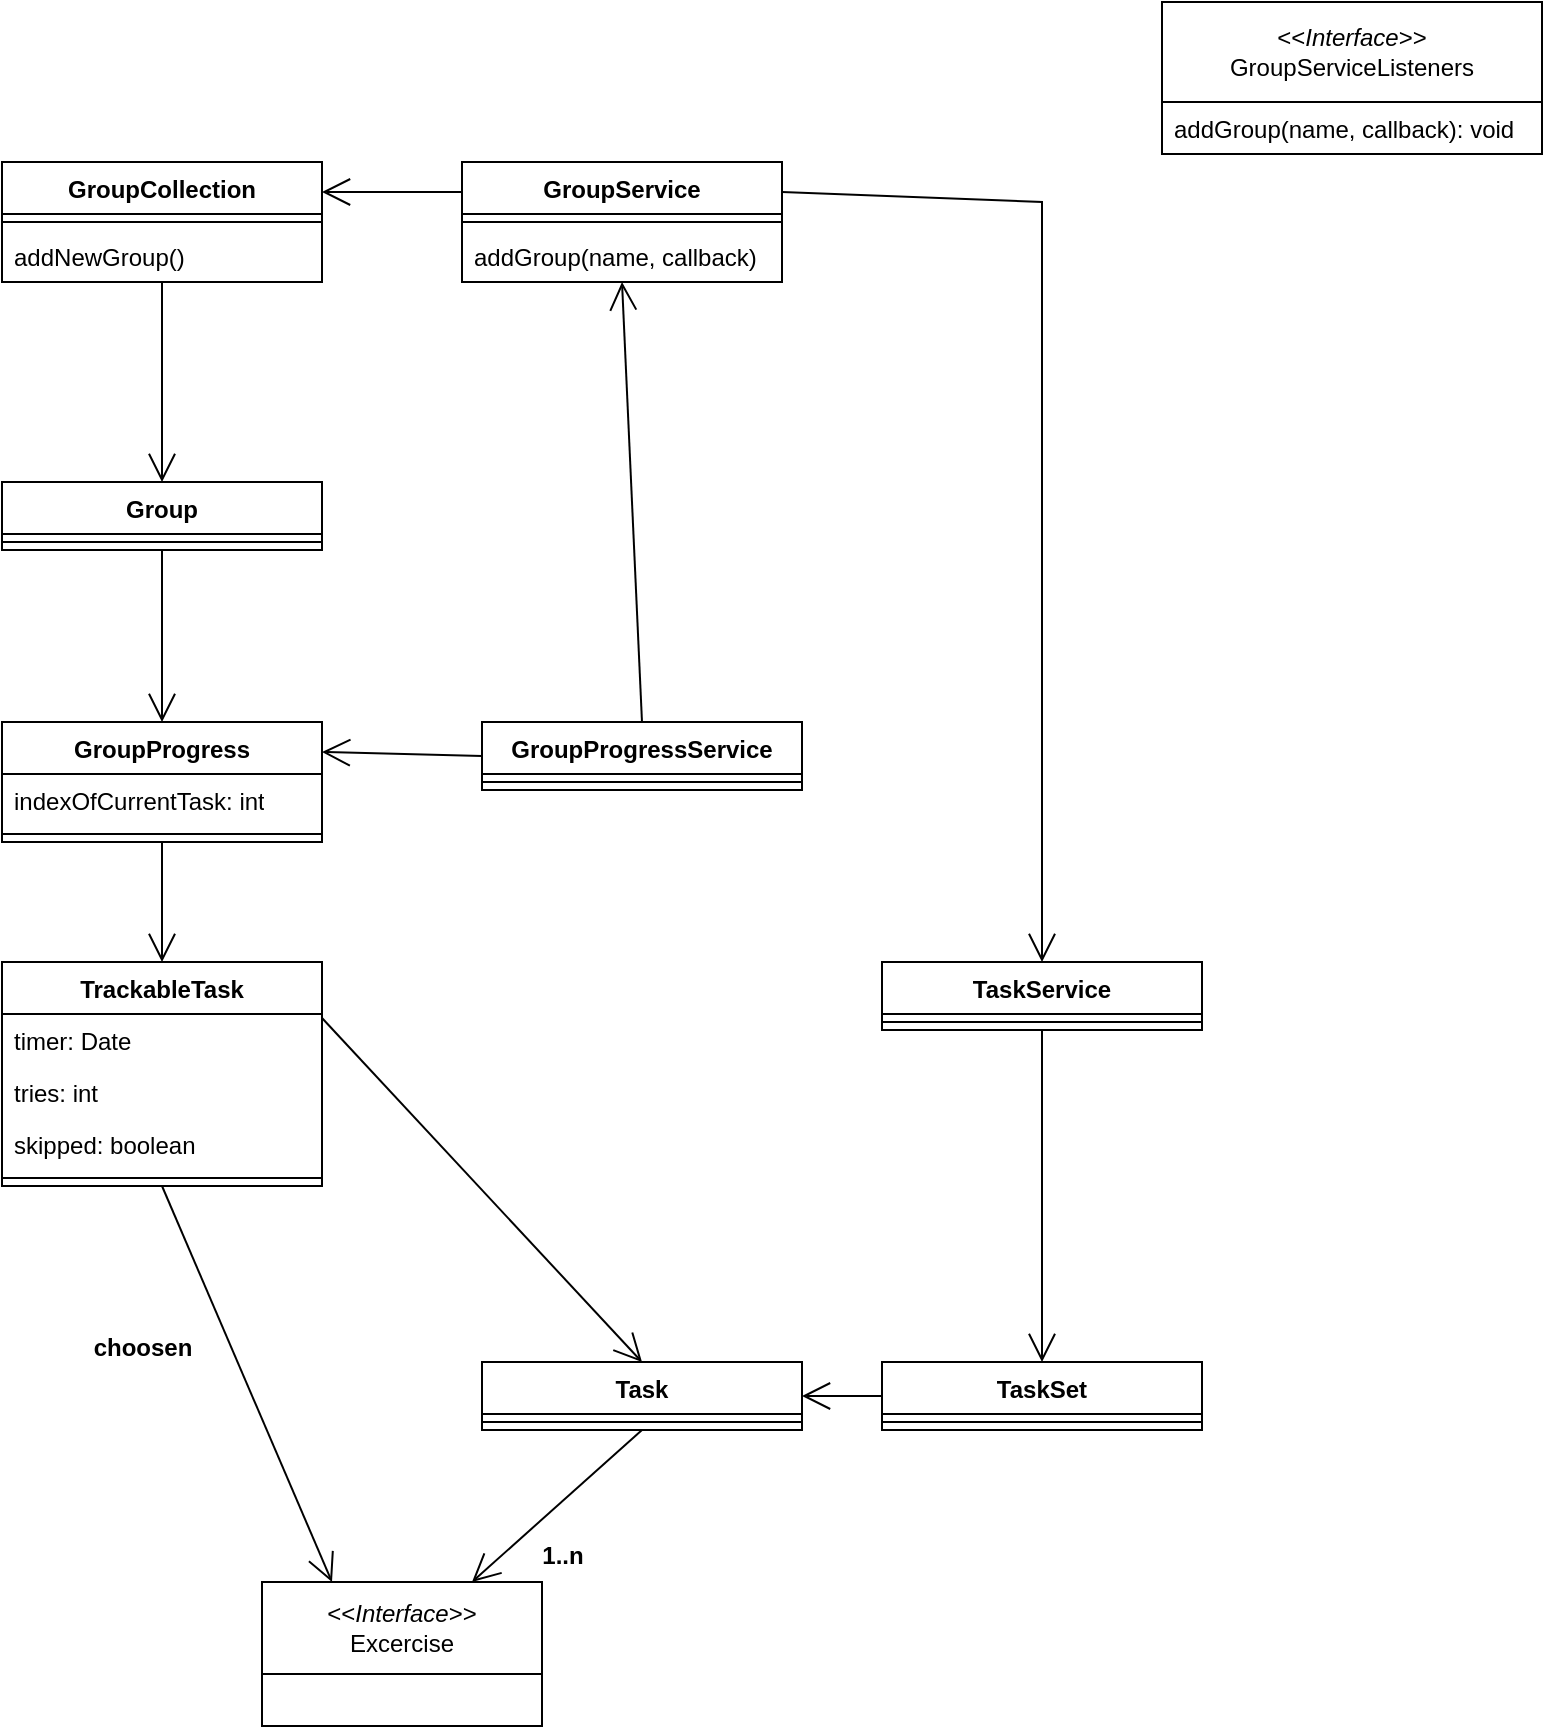
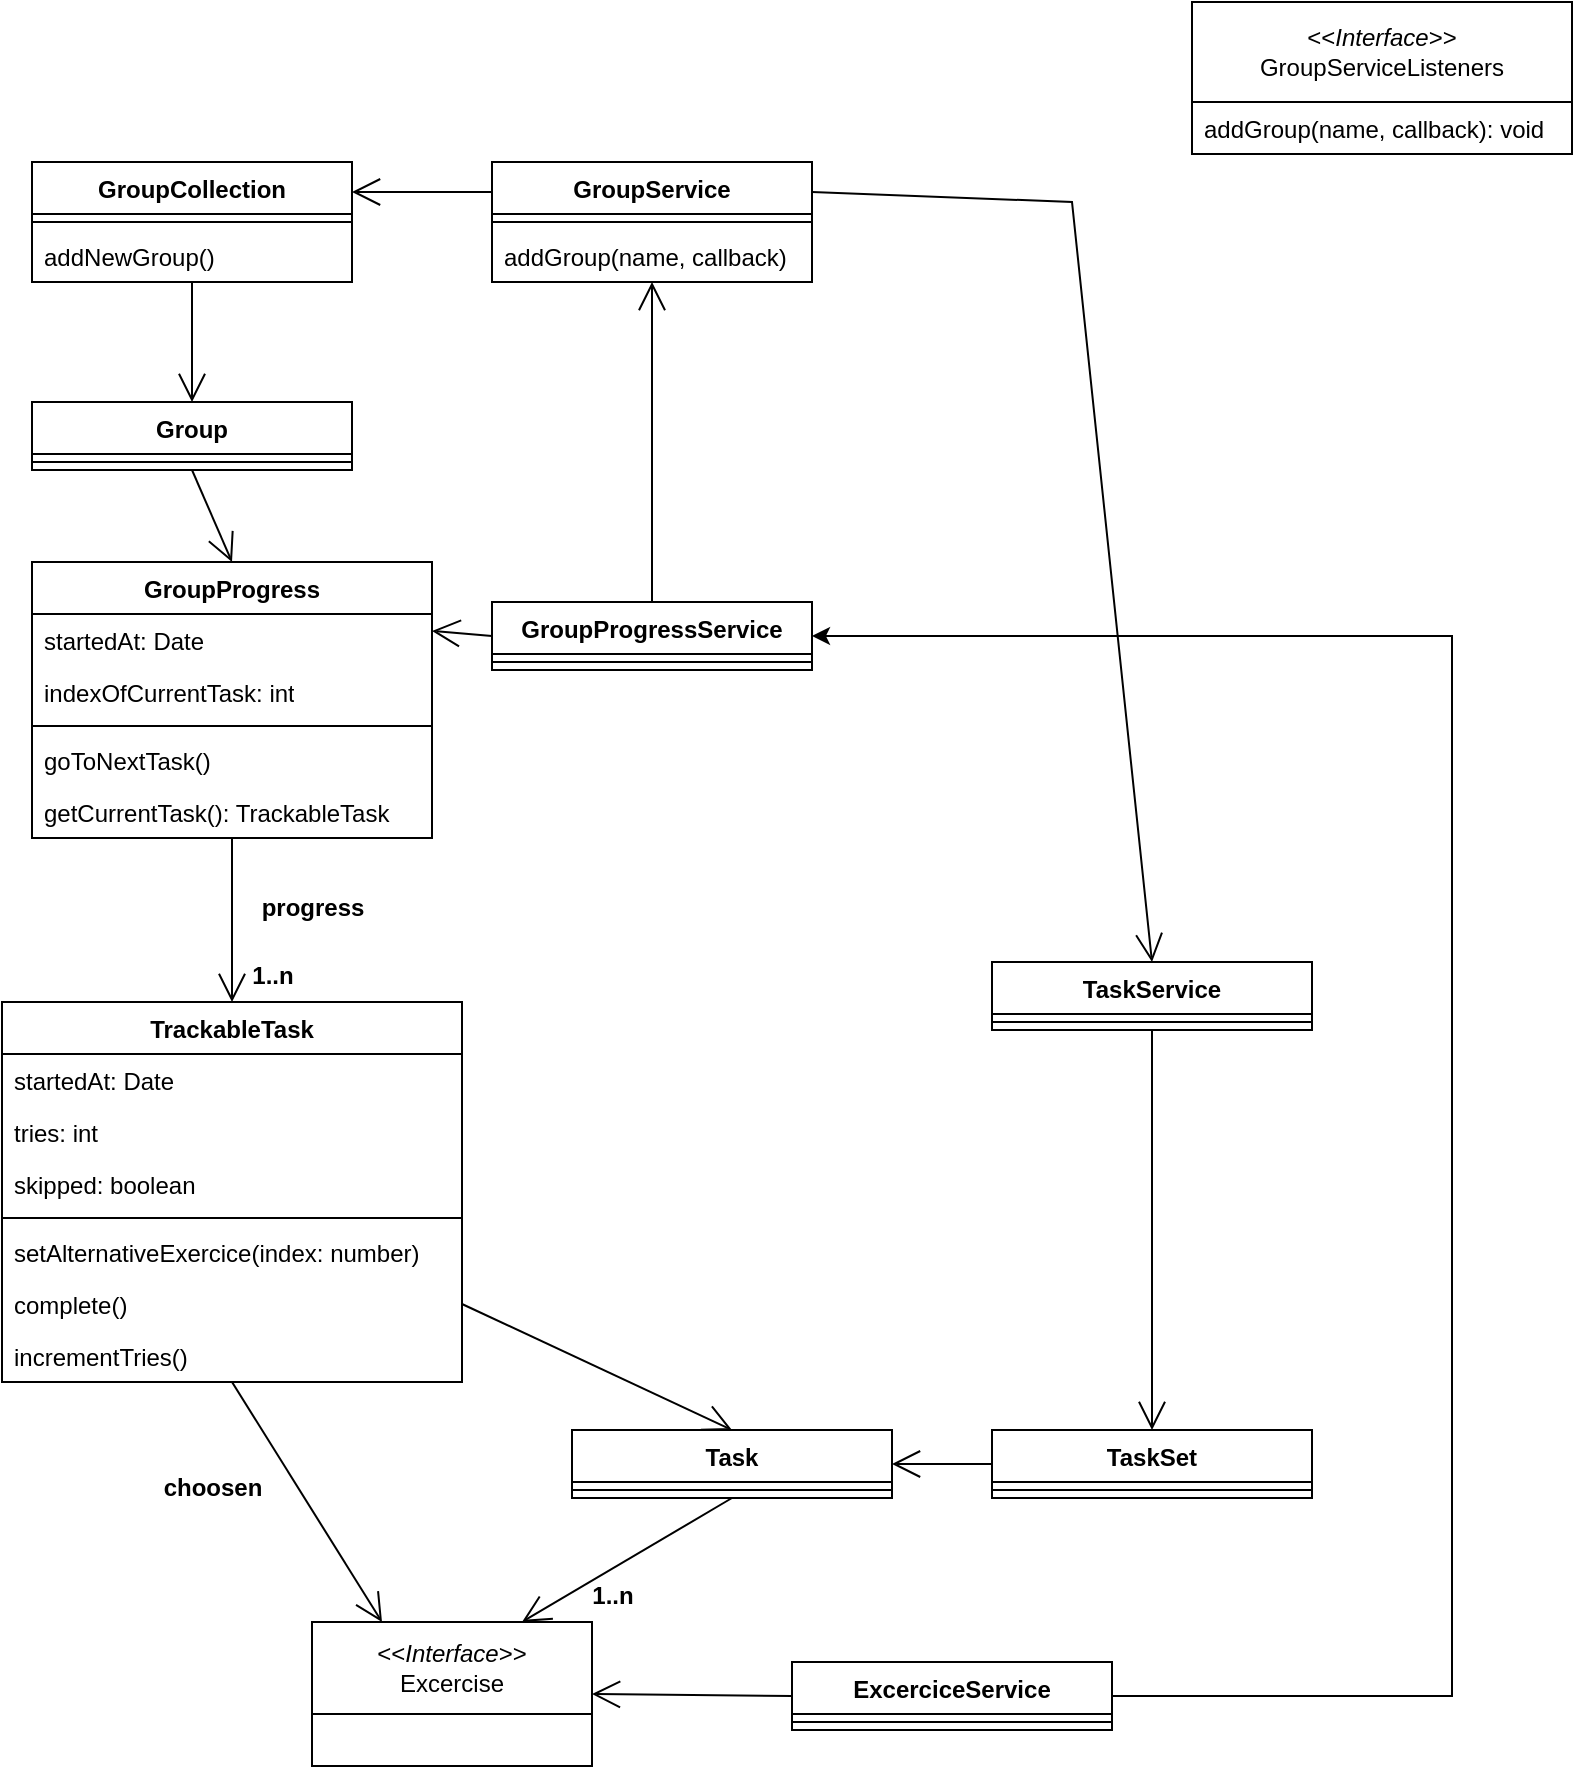
<mxfile host="app.diagrams.net" agent="Mozilla/5.0 (Windows NT 10.0; Win64; x64; rv:133.0) Gecko/20100101 Firefox/133.0" version="25.0.3">
  <diagram id="C5RBs43oDa-KdzZeNtuy" name="Page-1">
-     <mxGraphModel dx="794" dy="462" grid="1" gridSize="10" guides="1" tooltips="1" connect="1" arrows="1" fold="1" page="1" pageScale="1" pageWidth="827" pageHeight="1169" math="0" shadow="0">
+     <mxGraphModel dx="1134" dy="660" grid="1" gridSize="10" guides="1" tooltips="1" connect="1" arrows="1" fold="1" page="1" pageScale="1" pageWidth="827" pageHeight="1169" math="0" shadow="0">
      <root>
        <mxCell id="WIyWlLk6GJQsqaUBKTNV-0" />
        <mxCell id="WIyWlLk6GJQsqaUBKTNV-1" parent="WIyWlLk6GJQsqaUBKTNV-0" />
        <mxCell id="2PPdx7-YqYG3QhNQI_HN-14" value="GroupService" style="swimlane;fontStyle=1;align=center;verticalAlign=top;childLayout=stackLayout;horizontal=1;startSize=26;horizontalStack=0;resizeParent=1;resizeParentMax=0;resizeLast=0;collapsible=1;marginBottom=0;whiteSpace=wrap;html=1;" parent="WIyWlLk6GJQsqaUBKTNV-1" vertex="1">
          <mxGeometry x="270" y="120" width="160" height="60" as="geometry" />
        </mxCell>
        <mxCell id="2PPdx7-YqYG3QhNQI_HN-16" value="" style="line;strokeWidth=1;fillColor=none;align=left;verticalAlign=middle;spacingTop=-1;spacingLeft=3;spacingRight=3;rotatable=0;labelPosition=right;points=[];portConstraint=eastwest;strokeColor=inherit;" parent="2PPdx7-YqYG3QhNQI_HN-14" vertex="1">
          <mxGeometry y="26" width="160" height="8" as="geometry" />
        </mxCell>
        <mxCell id="V3XAilx2oiw2KiiHJ0iP-118" value="addGroup(name, callback)" style="text;strokeColor=none;fillColor=none;align=left;verticalAlign=top;spacingLeft=4;spacingRight=4;overflow=hidden;rotatable=0;points=[[0,0.5],[1,0.5]];portConstraint=eastwest;whiteSpace=wrap;html=1;" parent="2PPdx7-YqYG3QhNQI_HN-14" vertex="1">
          <mxGeometry y="34" width="160" height="26" as="geometry" />
        </mxCell>
        <mxCell id="2PPdx7-YqYG3QhNQI_HN-24" value="&lt;div&gt;&amp;lt;&amp;lt;&lt;i&gt;Interface&lt;/i&gt;&amp;gt;&amp;gt;&lt;br&gt;&lt;/div&gt;&lt;div&gt;GroupServiceListeners&lt;/div&gt;" style="swimlane;fontStyle=0;childLayout=stackLayout;horizontal=1;startSize=50;fillColor=none;horizontalStack=0;resizeParent=1;resizeParentMax=0;resizeLast=0;collapsible=1;marginBottom=0;whiteSpace=wrap;html=1;" parent="WIyWlLk6GJQsqaUBKTNV-1" vertex="1">
          <mxGeometry x="620" y="40" width="190" height="76" as="geometry" />
        </mxCell>
        <mxCell id="2PPdx7-YqYG3QhNQI_HN-28" value="addGroup(name, callback): void" style="text;strokeColor=none;fillColor=none;align=left;verticalAlign=top;spacingLeft=4;spacingRight=4;overflow=hidden;rotatable=0;points=[[0,0.5],[1,0.5]];portConstraint=eastwest;whiteSpace=wrap;html=1;" parent="2PPdx7-YqYG3QhNQI_HN-24" vertex="1">
          <mxGeometry y="50" width="190" height="26" as="geometry" />
        </mxCell>
        <mxCell id="V3XAilx2oiw2KiiHJ0iP-3" value="" style="endArrow=open;endFill=1;endSize=12;html=1;rounded=0;exitX=0.5;exitY=1;exitDx=0;exitDy=0;entryX=0.5;entryY=0;entryDx=0;entryDy=0;" parent="WIyWlLk6GJQsqaUBKTNV-1" source="V3XAilx2oiw2KiiHJ0iP-96" target="V3XAilx2oiw2KiiHJ0iP-91" edge="1">
          <mxGeometry width="160" relative="1" as="geometry">
            <mxPoint x="260" y="170" as="sourcePoint" />
            <mxPoint x="280" y="270" as="targetPoint" />
          </mxGeometry>
        </mxCell>
        <mxCell id="V3XAilx2oiw2KiiHJ0iP-28" value="&lt;div&gt;&amp;lt;&amp;lt;&lt;i&gt;Interface&lt;/i&gt;&amp;gt;&amp;gt;&lt;/div&gt;&lt;div&gt;Excercise&lt;/div&gt;" style="swimlane;fontStyle=0;childLayout=stackLayout;horizontal=1;startSize=46;fillColor=none;horizontalStack=0;resizeParent=1;resizeParentMax=0;resizeLast=0;collapsible=1;marginBottom=0;whiteSpace=wrap;html=1;" parent="WIyWlLk6GJQsqaUBKTNV-1" vertex="1">
-           <mxGeometry x="170" y="830" width="140" height="72" as="geometry" />
+           <mxGeometry x="180" y="850" width="140" height="72" as="geometry" />
        </mxCell>
        <mxCell id="V3XAilx2oiw2KiiHJ0iP-44" value="choosen" style="text;align=center;fontStyle=1;verticalAlign=middle;spacingLeft=3;spacingRight=3;strokeColor=none;rotatable=0;points=[[0,0.5],[1,0.5]];portConstraint=eastwest;html=1;" parent="WIyWlLk6GJQsqaUBKTNV-1" vertex="1">
-           <mxGeometry x="70" y="700" width="80" height="26" as="geometry" />
+           <mxGeometry x="90" y="770" width="80" height="26" as="geometry" />
        </mxCell>
        <mxCell id="V3XAilx2oiw2KiiHJ0iP-63" value="" style="endArrow=open;endFill=1;endSize=12;html=1;rounded=0;entryX=0.5;entryY=0;entryDx=0;entryDy=0;exitX=0.5;exitY=1;exitDx=0;exitDy=0;" parent="WIyWlLk6GJQsqaUBKTNV-1" source="V3XAilx2oiw2KiiHJ0iP-86" target="V3XAilx2oiw2KiiHJ0iP-79" edge="1">
          <mxGeometry width="160" relative="1" as="geometry">
            <mxPoint x="140" y="480" as="sourcePoint" />
            <mxPoint x="120" y="510" as="targetPoint" />
          </mxGeometry>
        </mxCell>
        <mxCell id="V3XAilx2oiw2KiiHJ0iP-65" value="Task" style="swimlane;fontStyle=1;align=center;verticalAlign=top;childLayout=stackLayout;horizontal=1;startSize=26;horizontalStack=0;resizeParent=1;resizeParentMax=0;resizeLast=0;collapsible=1;marginBottom=0;whiteSpace=wrap;html=1;" parent="WIyWlLk6GJQsqaUBKTNV-1" vertex="1">
-           <mxGeometry x="280" y="720" width="160" height="34" as="geometry" />
+           <mxGeometry x="310" y="754" width="160" height="34" as="geometry" />
        </mxCell>
        <mxCell id="V3XAilx2oiw2KiiHJ0iP-67" value="" style="line;strokeWidth=1;fillColor=none;align=left;verticalAlign=middle;spacingTop=-1;spacingLeft=3;spacingRight=3;rotatable=0;labelPosition=right;points=[];portConstraint=eastwest;strokeColor=inherit;" parent="V3XAilx2oiw2KiiHJ0iP-65" vertex="1">
          <mxGeometry y="26" width="160" height="8" as="geometry" />
        </mxCell>
        <mxCell id="V3XAilx2oiw2KiiHJ0iP-72" value="TaskSet" style="swimlane;fontStyle=1;align=center;verticalAlign=top;childLayout=stackLayout;horizontal=1;startSize=26;horizontalStack=0;resizeParent=1;resizeParentMax=0;resizeLast=0;collapsible=1;marginBottom=0;whiteSpace=wrap;html=1;" parent="WIyWlLk6GJQsqaUBKTNV-1" vertex="1">
-           <mxGeometry x="480" y="720" width="160" height="34" as="geometry" />
+           <mxGeometry x="520" y="754" width="160" height="34" as="geometry" />
        </mxCell>
        <mxCell id="V3XAilx2oiw2KiiHJ0iP-74" value="" style="line;strokeWidth=1;fillColor=none;align=left;verticalAlign=middle;spacingTop=-1;spacingLeft=3;spacingRight=3;rotatable=0;labelPosition=right;points=[];portConstraint=eastwest;strokeColor=inherit;" parent="V3XAilx2oiw2KiiHJ0iP-72" vertex="1">
          <mxGeometry y="26" width="160" height="8" as="geometry" />
        </mxCell>
        <mxCell id="V3XAilx2oiw2KiiHJ0iP-79" value="TrackableTask" style="swimlane;fontStyle=1;align=center;verticalAlign=top;childLayout=stackLayout;horizontal=1;startSize=26;horizontalStack=0;resizeParent=1;resizeParentMax=0;resizeLast=0;collapsible=1;marginBottom=0;whiteSpace=wrap;html=1;" parent="WIyWlLk6GJQsqaUBKTNV-1" vertex="1">
-           <mxGeometry x="40" y="520" width="160" height="112" as="geometry" />
-         </mxCell>
-         <mxCell id="V3XAilx2oiw2KiiHJ0iP-83" value="timer: Date" style="text;strokeColor=none;fillColor=none;align=left;verticalAlign=top;spacingLeft=4;spacingRight=4;overflow=hidden;rotatable=0;points=[[0,0.5],[1,0.5]];portConstraint=eastwest;whiteSpace=wrap;html=1;" parent="V3XAilx2oiw2KiiHJ0iP-79" vertex="1">
-           <mxGeometry y="26" width="160" height="26" as="geometry" />
+           <mxGeometry x="25" y="540" width="230" height="190" as="geometry" />
+         </mxCell>
+         <mxCell id="V3XAilx2oiw2KiiHJ0iP-83" value="startedAt: Date" style="text;strokeColor=none;fillColor=none;align=left;verticalAlign=top;spacingLeft=4;spacingRight=4;overflow=hidden;rotatable=0;points=[[0,0.5],[1,0.5]];portConstraint=eastwest;whiteSpace=wrap;html=1;" parent="V3XAilx2oiw2KiiHJ0iP-79" vertex="1">
+           <mxGeometry y="26" width="230" height="26" as="geometry" />
        </mxCell>
        <mxCell id="V3XAilx2oiw2KiiHJ0iP-84" value="tries: int" style="text;strokeColor=none;fillColor=none;align=left;verticalAlign=top;spacingLeft=4;spacingRight=4;overflow=hidden;rotatable=0;points=[[0,0.5],[1,0.5]];portConstraint=eastwest;whiteSpace=wrap;html=1;" parent="V3XAilx2oiw2KiiHJ0iP-79" vertex="1">
-           <mxGeometry y="52" width="160" height="26" as="geometry" />
+           <mxGeometry y="52" width="230" height="26" as="geometry" />
        </mxCell>
        <mxCell id="V3XAilx2oiw2KiiHJ0iP-85" value="&lt;div&gt;skipped: boolean&lt;/div&gt;" style="text;strokeColor=none;fillColor=none;align=left;verticalAlign=top;spacingLeft=4;spacingRight=4;overflow=hidden;rotatable=0;points=[[0,0.5],[1,0.5]];portConstraint=eastwest;whiteSpace=wrap;html=1;" parent="V3XAilx2oiw2KiiHJ0iP-79" vertex="1">
-           <mxGeometry y="78" width="160" height="26" as="geometry" />
+           <mxGeometry y="78" width="230" height="26" as="geometry" />
        </mxCell>
        <mxCell id="V3XAilx2oiw2KiiHJ0iP-81" value="" style="line;strokeWidth=1;fillColor=none;align=left;verticalAlign=middle;spacingTop=-1;spacingLeft=3;spacingRight=3;rotatable=0;labelPosition=right;points=[];portConstraint=eastwest;strokeColor=inherit;" parent="V3XAilx2oiw2KiiHJ0iP-79" vertex="1">
-           <mxGeometry y="104" width="160" height="8" as="geometry" />
+           <mxGeometry y="104" width="230" height="8" as="geometry" />
+         </mxCell>
+         <mxCell id="L8xYm_lEtlE9M0N6Z_c4-0" value="setAlternativeExercice(index: number)" style="text;strokeColor=none;fillColor=none;align=left;verticalAlign=top;spacingLeft=4;spacingRight=4;overflow=hidden;rotatable=0;points=[[0,0.5],[1,0.5]];portConstraint=eastwest;whiteSpace=wrap;html=1;" vertex="1" parent="V3XAilx2oiw2KiiHJ0iP-79">
+           <mxGeometry y="112" width="230" height="26" as="geometry" />
+         </mxCell>
+         <mxCell id="L8xYm_lEtlE9M0N6Z_c4-4" value="complete()" style="text;strokeColor=none;fillColor=none;align=left;verticalAlign=top;spacingLeft=4;spacingRight=4;overflow=hidden;rotatable=0;points=[[0,0.5],[1,0.5]];portConstraint=eastwest;whiteSpace=wrap;html=1;" vertex="1" parent="V3XAilx2oiw2KiiHJ0iP-79">
+           <mxGeometry y="138" width="230" height="26" as="geometry" />
+         </mxCell>
+         <mxCell id="L8xYm_lEtlE9M0N6Z_c4-2" value="incrementTries()" style="text;strokeColor=none;fillColor=none;align=left;verticalAlign=top;spacingLeft=4;spacingRight=4;overflow=hidden;rotatable=0;points=[[0,0.5],[1,0.5]];portConstraint=eastwest;whiteSpace=wrap;html=1;" vertex="1" parent="V3XAilx2oiw2KiiHJ0iP-79">
+           <mxGeometry y="164" width="230" height="26" as="geometry" />
        </mxCell>
        <mxCell id="V3XAilx2oiw2KiiHJ0iP-86" value="GroupProgress" style="swimlane;fontStyle=1;align=center;verticalAlign=top;childLayout=stackLayout;horizontal=1;startSize=26;horizontalStack=0;resizeParent=1;resizeParentMax=0;resizeLast=0;collapsible=1;marginBottom=0;whiteSpace=wrap;html=1;" parent="WIyWlLk6GJQsqaUBKTNV-1" vertex="1">
-           <mxGeometry x="40" y="400" width="160" height="60" as="geometry" />
+           <mxGeometry x="40" y="320" width="200" height="138" as="geometry" />
+         </mxCell>
+         <mxCell id="L8xYm_lEtlE9M0N6Z_c4-6" value="startedAt: Date" style="text;strokeColor=none;fillColor=none;align=left;verticalAlign=top;spacingLeft=4;spacingRight=4;overflow=hidden;rotatable=0;points=[[0,0.5],[1,0.5]];portConstraint=eastwest;whiteSpace=wrap;html=1;" vertex="1" parent="V3XAilx2oiw2KiiHJ0iP-86">
+           <mxGeometry y="26" width="200" height="26" as="geometry" />
        </mxCell>
        <mxCell id="V3XAilx2oiw2KiiHJ0iP-90" value="indexOfCurrentTask: int" style="text;strokeColor=none;fillColor=none;align=left;verticalAlign=top;spacingLeft=4;spacingRight=4;overflow=hidden;rotatable=0;points=[[0,0.5],[1,0.5]];portConstraint=eastwest;whiteSpace=wrap;html=1;" parent="V3XAilx2oiw2KiiHJ0iP-86" vertex="1">
-           <mxGeometry y="26" width="160" height="26" as="geometry" />
+           <mxGeometry y="52" width="200" height="26" as="geometry" />
        </mxCell>
        <mxCell id="V3XAilx2oiw2KiiHJ0iP-88" value="" style="line;strokeWidth=1;fillColor=none;align=left;verticalAlign=middle;spacingTop=-1;spacingLeft=3;spacingRight=3;rotatable=0;labelPosition=right;points=[];portConstraint=eastwest;strokeColor=inherit;" parent="V3XAilx2oiw2KiiHJ0iP-86" vertex="1">
-           <mxGeometry y="52" width="160" height="8" as="geometry" />
+           <mxGeometry y="78" width="200" height="8" as="geometry" />
+         </mxCell>
+         <mxCell id="L8xYm_lEtlE9M0N6Z_c4-5" value="goToNextTask()" style="text;strokeColor=none;fillColor=none;align=left;verticalAlign=top;spacingLeft=4;spacingRight=4;overflow=hidden;rotatable=0;points=[[0,0.5],[1,0.5]];portConstraint=eastwest;whiteSpace=wrap;html=1;" vertex="1" parent="V3XAilx2oiw2KiiHJ0iP-86">
+           <mxGeometry y="86" width="200" height="26" as="geometry" />
+         </mxCell>
+         <mxCell id="L8xYm_lEtlE9M0N6Z_c4-13" value="getCurrentTask(): TrackableTask" style="text;strokeColor=none;fillColor=none;align=left;verticalAlign=top;spacingLeft=4;spacingRight=4;overflow=hidden;rotatable=0;points=[[0,0.5],[1,0.5]];portConstraint=eastwest;whiteSpace=wrap;html=1;" vertex="1" parent="V3XAilx2oiw2KiiHJ0iP-86">
+           <mxGeometry y="112" width="200" height="26" as="geometry" />
        </mxCell>
        <mxCell id="V3XAilx2oiw2KiiHJ0iP-91" value="Group" style="swimlane;fontStyle=1;align=center;verticalAlign=top;childLayout=stackLayout;horizontal=1;startSize=26;horizontalStack=0;resizeParent=1;resizeParentMax=0;resizeLast=0;collapsible=1;marginBottom=0;whiteSpace=wrap;html=1;" parent="WIyWlLk6GJQsqaUBKTNV-1" vertex="1">
-           <mxGeometry x="40" y="280" width="160" height="34" as="geometry" />
+           <mxGeometry x="40" y="240" width="160" height="34" as="geometry" />
        </mxCell>
        <mxCell id="V3XAilx2oiw2KiiHJ0iP-93" value="" style="line;strokeWidth=1;fillColor=none;align=left;verticalAlign=middle;spacingTop=-1;spacingLeft=3;spacingRight=3;rotatable=0;labelPosition=right;points=[];portConstraint=eastwest;strokeColor=inherit;" parent="V3XAilx2oiw2KiiHJ0iP-91" vertex="1">
          <mxGeometry y="26" width="160" height="8" as="geometry" />
        </mxCell>
        <mxCell id="V3XAilx2oiw2KiiHJ0iP-95" value="" style="endArrow=open;endFill=1;endSize=12;html=1;rounded=0;exitX=0.5;exitY=1;exitDx=0;exitDy=0;entryX=0.5;entryY=0;entryDx=0;entryDy=0;" parent="WIyWlLk6GJQsqaUBKTNV-1" source="V3XAilx2oiw2KiiHJ0iP-91" target="V3XAilx2oiw2KiiHJ0iP-86" edge="1">
          <mxGeometry width="160" relative="1" as="geometry">
            <mxPoint x="270" y="360" as="sourcePoint" />
            <mxPoint x="430" y="360" as="targetPoint" />
          </mxGeometry>
        </mxCell>
        <mxCell id="V3XAilx2oiw2KiiHJ0iP-96" value="&lt;div&gt;GroupCollection&lt;/div&gt;" style="swimlane;fontStyle=1;align=center;verticalAlign=top;childLayout=stackLayout;horizontal=1;startSize=26;horizontalStack=0;resizeParent=1;resizeParentMax=0;resizeLast=0;collapsible=1;marginBottom=0;whiteSpace=wrap;html=1;" parent="WIyWlLk6GJQsqaUBKTNV-1" vertex="1">
          <mxGeometry x="40" y="120" width="160" height="60" as="geometry" />
        </mxCell>
        <mxCell id="V3XAilx2oiw2KiiHJ0iP-98" value="" style="line;strokeWidth=1;fillColor=none;align=left;verticalAlign=middle;spacingTop=-1;spacingLeft=3;spacingRight=3;rotatable=0;labelPosition=right;points=[];portConstraint=eastwest;strokeColor=inherit;" parent="V3XAilx2oiw2KiiHJ0iP-96" vertex="1">
          <mxGeometry y="26" width="160" height="8" as="geometry" />
        </mxCell>
        <mxCell id="V3XAilx2oiw2KiiHJ0iP-101" value="addNewGroup()" style="text;strokeColor=none;fillColor=none;align=left;verticalAlign=top;spacingLeft=4;spacingRight=4;overflow=hidden;rotatable=0;points=[[0,0.5],[1,0.5]];portConstraint=eastwest;whiteSpace=wrap;html=1;" parent="V3XAilx2oiw2KiiHJ0iP-96" vertex="1">
          <mxGeometry y="34" width="160" height="26" as="geometry" />
        </mxCell>
        <mxCell id="V3XAilx2oiw2KiiHJ0iP-102" value="" style="endArrow=open;endFill=1;endSize=12;html=1;rounded=0;entryX=1;entryY=0.5;entryDx=0;entryDy=0;exitX=0;exitY=0.5;exitDx=0;exitDy=0;" parent="WIyWlLk6GJQsqaUBKTNV-1" source="V3XAilx2oiw2KiiHJ0iP-72" target="V3XAilx2oiw2KiiHJ0iP-65" edge="1">
          <mxGeometry width="160" relative="1" as="geometry">
            <mxPoint x="90" y="802" as="sourcePoint" />
            <mxPoint x="250" y="802" as="targetPoint" />
          </mxGeometry>
        </mxCell>
        <mxCell id="V3XAilx2oiw2KiiHJ0iP-103" value="TaskService" style="swimlane;fontStyle=1;align=center;verticalAlign=top;childLayout=stackLayout;horizontal=1;startSize=26;horizontalStack=0;resizeParent=1;resizeParentMax=0;resizeLast=0;collapsible=1;marginBottom=0;whiteSpace=wrap;html=1;" parent="WIyWlLk6GJQsqaUBKTNV-1" vertex="1">
-           <mxGeometry x="480" y="520" width="160" height="34" as="geometry" />
+           <mxGeometry x="520" y="520" width="160" height="34" as="geometry" />
        </mxCell>
        <mxCell id="V3XAilx2oiw2KiiHJ0iP-105" value="" style="line;strokeWidth=1;fillColor=none;align=left;verticalAlign=middle;spacingTop=-1;spacingLeft=3;spacingRight=3;rotatable=0;labelPosition=right;points=[];portConstraint=eastwest;strokeColor=inherit;" parent="V3XAilx2oiw2KiiHJ0iP-103" vertex="1">
          <mxGeometry y="26" width="160" height="8" as="geometry" />
        </mxCell>
        <mxCell id="V3XAilx2oiw2KiiHJ0iP-107" value="" style="endArrow=open;endFill=1;endSize=12;html=1;rounded=0;exitX=0.5;exitY=1;exitDx=0;exitDy=0;entryX=0.5;entryY=0;entryDx=0;entryDy=0;" parent="WIyWlLk6GJQsqaUBKTNV-1" source="V3XAilx2oiw2KiiHJ0iP-103" target="V3XAilx2oiw2KiiHJ0iP-72" edge="1">
          <mxGeometry width="160" relative="1" as="geometry">
            <mxPoint x="330" y="720" as="sourcePoint" />
            <mxPoint x="360" y="680" as="targetPoint" />
          </mxGeometry>
        </mxCell>
        <mxCell id="V3XAilx2oiw2KiiHJ0iP-108" value="GroupProgressService" style="swimlane;fontStyle=1;align=center;verticalAlign=top;childLayout=stackLayout;horizontal=1;startSize=26;horizontalStack=0;resizeParent=1;resizeParentMax=0;resizeLast=0;collapsible=1;marginBottom=0;whiteSpace=wrap;html=1;" parent="WIyWlLk6GJQsqaUBKTNV-1" vertex="1">
-           <mxGeometry x="280" y="400" width="160" height="34" as="geometry" />
+           <mxGeometry x="270" y="340" width="160" height="34" as="geometry" />
        </mxCell>
        <mxCell id="V3XAilx2oiw2KiiHJ0iP-110" value="" style="line;strokeWidth=1;fillColor=none;align=left;verticalAlign=middle;spacingTop=-1;spacingLeft=3;spacingRight=3;rotatable=0;labelPosition=right;points=[];portConstraint=eastwest;strokeColor=inherit;" parent="V3XAilx2oiw2KiiHJ0iP-108" vertex="1">
          <mxGeometry y="26" width="160" height="8" as="geometry" />
        </mxCell>
        <mxCell id="V3XAilx2oiw2KiiHJ0iP-112" value="" style="endArrow=open;endFill=1;endSize=12;html=1;rounded=0;exitX=0;exitY=0.5;exitDx=0;exitDy=0;entryX=1;entryY=0.25;entryDx=0;entryDy=0;" parent="WIyWlLk6GJQsqaUBKTNV-1" source="V3XAilx2oiw2KiiHJ0iP-108" target="V3XAilx2oiw2KiiHJ0iP-86" edge="1">
          <mxGeometry width="160" relative="1" as="geometry">
            <mxPoint x="330" y="550" as="sourcePoint" />
            <mxPoint x="490" y="550" as="targetPoint" />
          </mxGeometry>
        </mxCell>
        <mxCell id="V3XAilx2oiw2KiiHJ0iP-117" value="" style="endArrow=open;endFill=1;endSize=12;html=1;rounded=0;exitX=0.5;exitY=0;exitDx=0;exitDy=0;entryX=0.5;entryY=1;entryDx=0;entryDy=0;" parent="WIyWlLk6GJQsqaUBKTNV-1" source="V3XAilx2oiw2KiiHJ0iP-108" target="2PPdx7-YqYG3QhNQI_HN-14" edge="1">
          <mxGeometry width="160" relative="1" as="geometry">
            <mxPoint x="400" y="380" as="sourcePoint" />
            <mxPoint x="380" y="330" as="targetPoint" />
          </mxGeometry>
        </mxCell>
        <mxCell id="V3XAilx2oiw2KiiHJ0iP-119" value="" style="endArrow=open;endFill=1;endSize=12;html=1;rounded=0;exitX=1;exitY=0.25;exitDx=0;exitDy=0;entryX=0.5;entryY=0;entryDx=0;entryDy=0;" parent="WIyWlLk6GJQsqaUBKTNV-1" source="2PPdx7-YqYG3QhNQI_HN-14" target="V3XAilx2oiw2KiiHJ0iP-103" edge="1">
          <mxGeometry width="160" relative="1" as="geometry">
            <mxPoint x="270" y="500" as="sourcePoint" />
            <mxPoint x="600" y="440" as="targetPoint" />
            <Array as="points">
              <mxPoint x="560" y="140" />
            </Array>
          </mxGeometry>
        </mxCell>
        <mxCell id="V3XAilx2oiw2KiiHJ0iP-121" value="" style="endArrow=open;endFill=1;endSize=12;html=1;rounded=0;exitX=0;exitY=0.25;exitDx=0;exitDy=0;entryX=1;entryY=0.25;entryDx=0;entryDy=0;" parent="WIyWlLk6GJQsqaUBKTNV-1" source="2PPdx7-YqYG3QhNQI_HN-14" target="V3XAilx2oiw2KiiHJ0iP-96" edge="1">
          <mxGeometry width="160" relative="1" as="geometry">
            <mxPoint x="350" y="360" as="sourcePoint" />
            <mxPoint x="510" y="360" as="targetPoint" />
          </mxGeometry>
        </mxCell>
        <mxCell id="KjGE56Se4uq9LBmGyXKQ-1" value="" style="endArrow=open;endFill=1;endSize=12;html=1;rounded=0;entryX=0.75;entryY=0;entryDx=0;entryDy=0;exitX=0.5;exitY=1;exitDx=0;exitDy=0;" parent="WIyWlLk6GJQsqaUBKTNV-1" source="V3XAilx2oiw2KiiHJ0iP-65" target="V3XAilx2oiw2KiiHJ0iP-28" edge="1">
          <mxGeometry width="160" relative="1" as="geometry">
            <mxPoint x="220" y="740" as="sourcePoint" />
            <mxPoint x="380" y="740" as="targetPoint" />
          </mxGeometry>
        </mxCell>
        <mxCell id="KjGE56Se4uq9LBmGyXKQ-2" value="1..n" style="text;align=center;fontStyle=1;verticalAlign=middle;spacingLeft=3;spacingRight=3;strokeColor=none;rotatable=0;points=[[0,0.5],[1,0.5]];portConstraint=eastwest;html=1;" parent="WIyWlLk6GJQsqaUBKTNV-1" vertex="1">
-           <mxGeometry x="280" y="804" width="80" height="26" as="geometry" />
+           <mxGeometry x="290" y="824" width="80" height="26" as="geometry" />
        </mxCell>
        <mxCell id="KjGE56Se4uq9LBmGyXKQ-3" value="" style="endArrow=open;endFill=1;endSize=12;html=1;rounded=0;exitX=0.5;exitY=1;exitDx=0;exitDy=0;entryX=0.25;entryY=0;entryDx=0;entryDy=0;" parent="WIyWlLk6GJQsqaUBKTNV-1" source="V3XAilx2oiw2KiiHJ0iP-79" target="V3XAilx2oiw2KiiHJ0iP-28" edge="1">
          <mxGeometry width="160" relative="1" as="geometry">
            <mxPoint x="250" y="740" as="sourcePoint" />
            <mxPoint x="410" y="740" as="targetPoint" />
          </mxGeometry>
        </mxCell>
-         <mxCell id="KjGE56Se4uq9LBmGyXKQ-4" value="" style="endArrow=open;endFill=1;endSize=12;html=1;rounded=0;entryX=0.5;entryY=0;entryDx=0;entryDy=0;" parent="WIyWlLk6GJQsqaUBKTNV-1" target="V3XAilx2oiw2KiiHJ0iP-65" edge="1">
+         <mxCell id="KjGE56Se4uq9LBmGyXKQ-4" value="" style="endArrow=open;endFill=1;endSize=12;html=1;rounded=0;entryX=0.5;entryY=0;entryDx=0;entryDy=0;exitX=1;exitY=0.5;exitDx=0;exitDy=0;" parent="WIyWlLk6GJQsqaUBKTNV-1" target="V3XAilx2oiw2KiiHJ0iP-65" edge="1" source="L8xYm_lEtlE9M0N6Z_c4-4">
          <mxGeometry width="160" relative="1" as="geometry">
            <mxPoint x="200" y="548" as="sourcePoint" />
            <mxPoint x="410" y="740" as="targetPoint" />
+           </mxGeometry>
+         </mxCell>
+         <mxCell id="L8xYm_lEtlE9M0N6Z_c4-18" style="edgeStyle=orthogonalEdgeStyle;rounded=0;orthogonalLoop=1;jettySize=auto;html=1;exitX=1;exitY=0.5;exitDx=0;exitDy=0;entryX=1;entryY=0.5;entryDx=0;entryDy=0;" edge="1" parent="WIyWlLk6GJQsqaUBKTNV-1" source="L8xYm_lEtlE9M0N6Z_c4-8" target="V3XAilx2oiw2KiiHJ0iP-108">
+           <mxGeometry relative="1" as="geometry">
+             <Array as="points">
+               <mxPoint x="750" y="887" />
+               <mxPoint x="750" y="357" />
+             </Array>
+           </mxGeometry>
+         </mxCell>
+         <mxCell id="L8xYm_lEtlE9M0N6Z_c4-8" value="ExcerciceService" style="swimlane;fontStyle=1;align=center;verticalAlign=top;childLayout=stackLayout;horizontal=1;startSize=26;horizontalStack=0;resizeParent=1;resizeParentMax=0;resizeLast=0;collapsible=1;marginBottom=0;whiteSpace=wrap;html=1;" vertex="1" parent="WIyWlLk6GJQsqaUBKTNV-1">
+           <mxGeometry x="420" y="870" width="160" height="34" as="geometry" />
+         </mxCell>
+         <mxCell id="L8xYm_lEtlE9M0N6Z_c4-10" value="" style="line;strokeWidth=1;fillColor=none;align=left;verticalAlign=middle;spacingTop=-1;spacingLeft=3;spacingRight=3;rotatable=0;labelPosition=right;points=[];portConstraint=eastwest;strokeColor=inherit;" vertex="1" parent="L8xYm_lEtlE9M0N6Z_c4-8">
+           <mxGeometry y="26" width="160" height="8" as="geometry" />
+         </mxCell>
+         <mxCell id="L8xYm_lEtlE9M0N6Z_c4-14" value="progress" style="text;align=center;fontStyle=1;verticalAlign=middle;spacingLeft=3;spacingRight=3;strokeColor=none;rotatable=0;points=[[0,0.5],[1,0.5]];portConstraint=eastwest;html=1;" vertex="1" parent="WIyWlLk6GJQsqaUBKTNV-1">
+           <mxGeometry x="140" y="480" width="80" height="26" as="geometry" />
+         </mxCell>
+         <mxCell id="L8xYm_lEtlE9M0N6Z_c4-15" value="1..n" style="text;align=center;fontStyle=1;verticalAlign=middle;spacingLeft=3;spacingRight=3;strokeColor=none;rotatable=0;points=[[0,0.5],[1,0.5]];portConstraint=eastwest;html=1;" vertex="1" parent="WIyWlLk6GJQsqaUBKTNV-1">
+           <mxGeometry x="120" y="514" width="80" height="26" as="geometry" />
+         </mxCell>
+         <mxCell id="L8xYm_lEtlE9M0N6Z_c4-17" value="" style="endArrow=open;endFill=1;endSize=12;html=1;rounded=0;exitX=0;exitY=0.5;exitDx=0;exitDy=0;entryX=1;entryY=0.5;entryDx=0;entryDy=0;" edge="1" parent="WIyWlLk6GJQsqaUBKTNV-1" source="L8xYm_lEtlE9M0N6Z_c4-8" target="V3XAilx2oiw2KiiHJ0iP-28">
+           <mxGeometry width="160" relative="1" as="geometry">
+             <mxPoint x="240" y="910" as="sourcePoint" />
+             <mxPoint x="400" y="910" as="targetPoint" />
          </mxGeometry>
        </mxCell>
      </root>
    </mxGraphModel>
  </diagram>
</mxfile>
